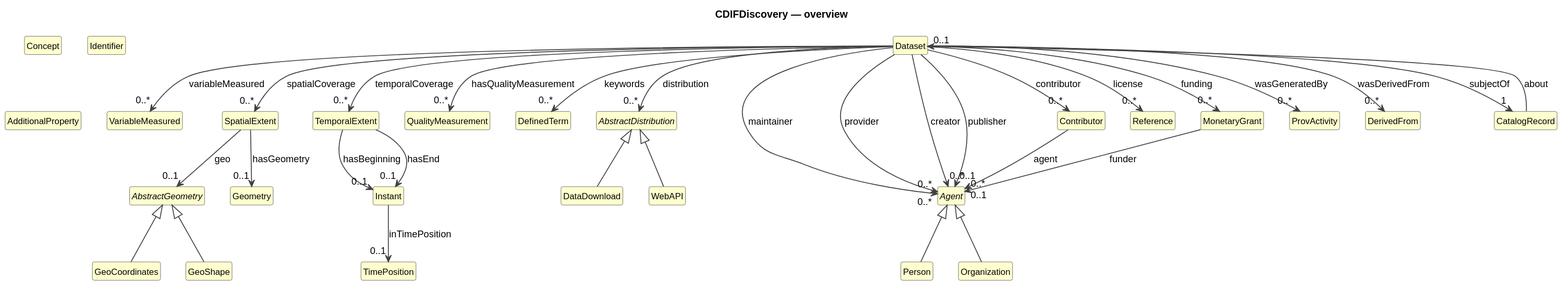
Earlier version of the PlantUML export cdif-uml-model/_plantuml/cdifDiscovery/index.svg (Cross-Domain-Interoperability-Framework/metadataBuildingBlocks). The source it was exported from:
```plantuml
@startuml
title CDIFDiscovery — overview
hide circle
hide empty members
skinparam shadowing false
skinparam ArrowThickness 1.2
skinparam class {
  ArrowColor #404040
  BorderColor #404040
  FontSize 12
}

class "Dataset" as Dataset #FEFECE
class "VariableMeasured" as VariableMeasured #FEFECE
class "SpatialExtent" as SpatialExtent #FEFECE
abstract class "AbstractGeometry" as AbstractGeometry #FEFECE
class "GeoCoordinates" as GeoCoordinates #FEFECE
class "GeoShape" as GeoShape #FEFECE
class "TemporalExtent" as TemporalExtent #FEFECE
class "Instant" as Instant #FEFECE
class "TimePosition" as TimePosition #FEFECE
class "Geometry" as Geometry #FEFECE
class "QualityMeasurement" as QualityMeasurement #FEFECE
class "Concept" as Concept #FEFECE
class "Identifier" as Identifier #FEFECE
class "DefinedTerm" as DefinedTerm #FEFECE
abstract class "AbstractDistribution" as AbstractDistribution #FEFECE
class "DataDownload" as DataDownload #FEFECE
class "WebAPI" as WebAPI #FEFECE
abstract class "Agent" as Agent #FEFECE
class "Person" as Person #FEFECE
class "Organization" as Organization #FEFECE
class "Contributor" as Contributor #FEFECE
class "AdditionalProperty" as AdditionalProperty #FEFECE
class "Reference" as Reference #FEFECE
class "MonetaryGrant" as MonetaryGrant #FEFECE
class "ProvActivity" as ProvActivity #FEFECE
class "DerivedFrom" as DerivedFrom #FEFECE
class "CatalogRecord" as CatalogRecord #FEFECE
AbstractGeometry <|-- GeoCoordinates
AbstractGeometry <|-- GeoShape
AbstractDistribution <|-- DataDownload
AbstractDistribution <|-- WebAPI
Agent <|-- Person
Agent <|-- Organization
Dataset --> "0..*" VariableMeasured : variableMeasured
Dataset --> "0..*" SpatialExtent : spatialCoverage
Dataset --> "0..*" TemporalExtent : temporalCoverage
Dataset --> "0..*" QualityMeasurement : hasQualityMeasurement
Dataset --> "0..*" Agent : maintainer
Dataset --> "0..*" Agent : provider
Dataset --> "0..*" AbstractDistribution : distribution
Dataset --> "0..*" Agent : creator
Dataset --> "0..*" Contributor : contributor
Dataset --> "0..1" Agent : publisher
Dataset --> "0..*" MonetaryGrant : funding
Dataset --> "0..*" ProvActivity : wasGeneratedBy
Dataset --> "0..*" DerivedFrom : wasDerivedFrom
Dataset --> "1" CatalogRecord : subjectOf
Dataset --> "0..*" DefinedTerm : keywords
Dataset --> "0..*" Reference : license
SpatialExtent --> "0..1" AbstractGeometry : geo
SpatialExtent --> "0..1" Geometry : hasGeometry
TemporalExtent --> "0..1" Instant : hasBeginning
TemporalExtent --> "0..1" Instant : hasEnd
Instant --> "0..1" TimePosition : inTimePosition
Contributor --> "0..1" Agent : agent
MonetaryGrant --> "0..*" Agent : funder
CatalogRecord --> "0..1" Dataset : about
@enduml
```
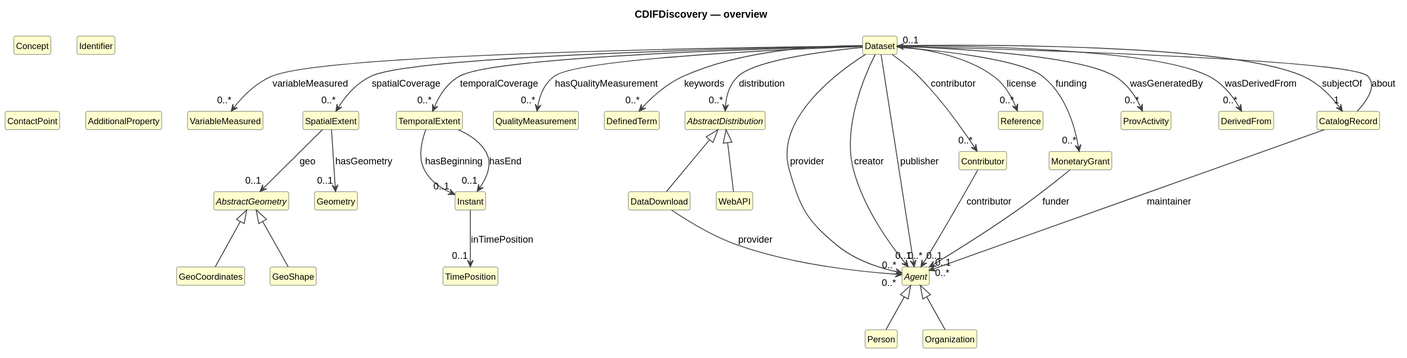
The same file after the commit.

Diff of the diagram source:
```diff
@@ -29,6 +29,7 @@
 class "WebAPI" as WebAPI #FEFECE
 abstract class "Agent" as Agent #FEFECE
 class "Person" as Person #FEFECE
+class "ContactPoint" as ContactPoint #FEFECE
 class "Organization" as Organization #FEFECE
 class "Contributor" as Contributor #FEFECE
 class "AdditionalProperty" as AdditionalProperty #FEFECE
@@ -47,7 +48,6 @@
 Dataset --> "0..*" SpatialExtent : spatialCoverage
 Dataset --> "0..*" TemporalExtent : temporalCoverage
 Dataset --> "0..*" QualityMeasurement : hasQualityMeasurement
-Dataset --> "0..*" Agent : maintainer
 Dataset --> "0..*" Agent : provider
 Dataset --> "0..*" AbstractDistribution : distribution
 Dataset --> "0..*" Agent : creator
@@ -64,7 +64,9 @@
 TemporalExtent --> "0..1" Instant : hasBeginning
 TemporalExtent --> "0..1" Instant : hasEnd
 Instant --> "0..1" TimePosition : inTimePosition
-Contributor --> "0..1" Agent : agent
+DataDownload --> "0..*" Agent : provider
+Contributor --> "0..1" Agent : contributor
 MonetaryGrant --> "0..*" Agent : funder
 CatalogRecord --> "0..1" Dataset : about
+CatalogRecord --> "0..1" Agent : maintainer
 @enduml
```
